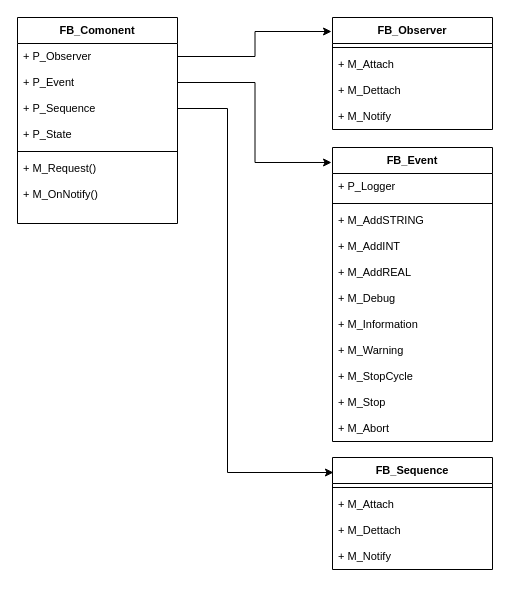
This is page "ClassDiagramm" (4 of 5) of docs/Diagramms.drawio from PeterZerlauth/Tc3_Component, a draw.io file, before an edit. Source tidied: cells renumbered, new cells numbered last; positions are measured from the earlier drawing's top-left corner, leaving out a move shared by most shapes. Both pictures are drawn from the tidied source at 100%, with x=0, y=0 at pixel (17, 17).
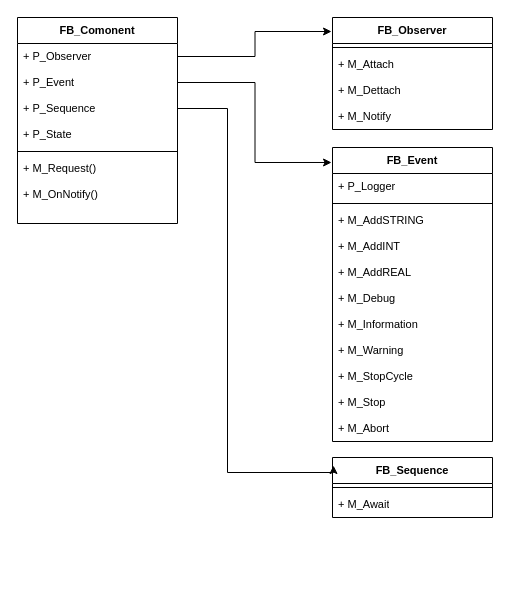
The same diagram, later.

What changed in the source:
```diff
@@
     <mxCell id="29" value="FB_Sequence" style="swimlane;fontStyle=1;align=center;verticalAlign=top;horizontal=1;startSize=26;whiteSpace=wrap;html=1;fontFamily=Helvetica;fontSize=11;fontColor=default;labelBackgroundColor=default;" parent="1" vertex="1">
-      <mxGeometry x="315" y="440" width="160" height="112" as="geometry" />
+      <mxGeometry x="315" y="440" width="160" height="60" as="geometry" />
     </mxCell>
@@
-    <mxCell id="31" value="+ M_Attach" style="text;strokeColor=none;fillColor=none;align=left;verticalAlign=top;spacingLeft=4;spacingRight=4;overflow=hidden;whiteSpace=wrap;html=1;fontFamily=Helvetica;fontSize=11;fontColor=default;labelBackgroundColor=default;" parent="29" vertex="1">
+    <mxCell id="31" value="+ M_Await" style="text;strokeColor=none;fillColor=none;align=left;verticalAlign=top;spacingLeft=4;spacingRight=4;overflow=hidden;whiteSpace=wrap;html=1;fontFamily=Helvetica;fontSize=11;fontColor=default;labelBackgroundColor=default;" parent="29" vertex="1">
       <mxGeometry y="34" width="160" height="26" as="geometry" />
     </mxCell>
-    <mxCell id="32" value="+ M_Dettach" style="text;strokeColor=none;fillColor=none;align=left;verticalAlign=top;spacingLeft=4;spacingRight=4;overflow=hidden;whiteSpace=wrap;html=1;fontFamily=Helvetica;fontSize=11;fontColor=default;labelBackgroundColor=default;" parent="29" vertex="1">
-      <mxGeometry y="60" width="160" height="26" as="geometry" />
-    </mxCell>
-    <mxCell id="33" value="+ M_Notify" style="text;strokeColor=none;fillColor=none;align=left;verticalAlign=top;spacingLeft=4;spacingRight=4;overflow=hidden;whiteSpace=wrap;html=1;fontFamily=Helvetica;fontSize=11;fontColor=default;labelBackgroundColor=default;" parent="29" vertex="1">
-      <mxGeometry y="86" width="160" height="26" as="geometry" />
-    </mxCell>
```
